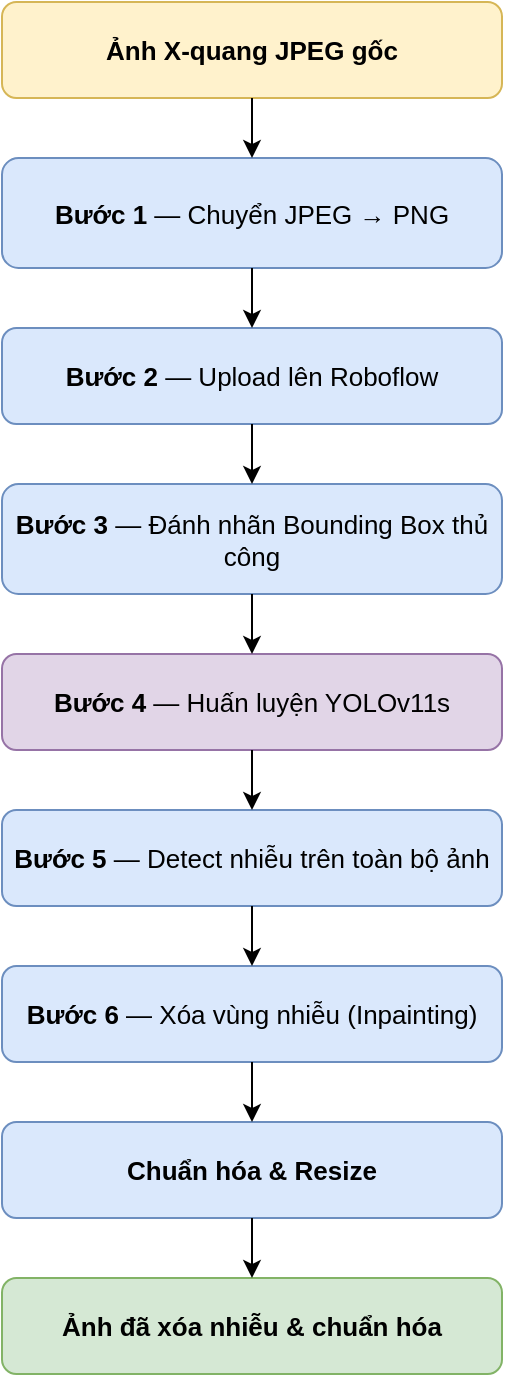
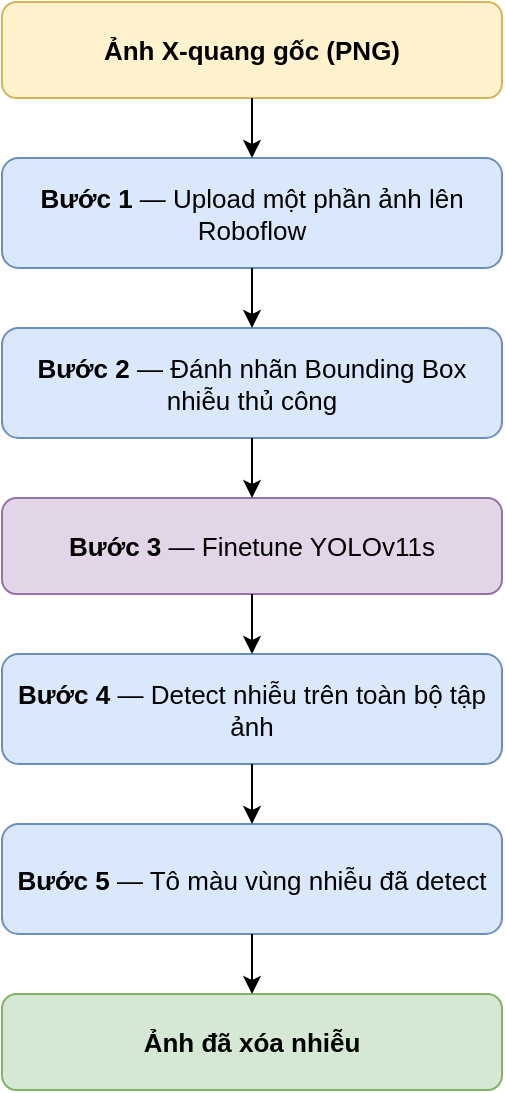
<mxfile host="65bd71144e">
    <diagram name="Preprocessing Pipeline" id="preprocessing_pipeline">
-         <mxGraphModel dx="1042" dy="124" grid="1" gridSize="10" guides="1" tooltips="1" connect="1" arrows="1" fold="1" page="1" pageScale="1" pageWidth="700" pageHeight="820" math="0" shadow="0">
+         <mxGraphModel dx="1042" dy="124" grid="1" gridSize="10" guides="1" tooltips="1" connect="1" arrows="1" fold="1" page="1" pageScale="1" pageWidth="700" pageHeight="720" math="0" shadow="0">
            <root>
                <mxCell id="0"/>
                <mxCell id="1" parent="0"/>

-                 <mxCell id="in" value="&lt;b&gt;Ảnh X-quang JPEG gốc&lt;/b&gt;" style="rounded=1;whiteSpace=wrap;html=1;fillColor=#fff2cc;strokeColor=#d6b656;fontSize=13;" parent="1" vertex="1">
+                 <mxCell id="in" value="&lt;b&gt;Ảnh X-quang gốc (PNG)&lt;/b&gt;" style="rounded=1;whiteSpace=wrap;html=1;fillColor=#fff2cc;strokeColor=#d6b656;fontSize=13;" parent="1" vertex="1">
                    <mxGeometry x="225" y="20" width="250" height="48" as="geometry"/>
                </mxCell>

-                 <mxCell id="s1" value="&lt;b&gt;Bước 1&lt;/b&gt; — Chuyển JPEG → PNG" style="rounded=1;whiteSpace=wrap;html=1;fillColor=#dae8fc;strokeColor=#6c8ebf;fontSize=13;" parent="1" vertex="1">
+                 <mxCell id="s1" value="&lt;b&gt;Bước 1&lt;/b&gt; — Upload một phần ảnh lên Roboflow" style="rounded=1;whiteSpace=wrap;html=1;fillColor=#dae8fc;strokeColor=#6c8ebf;fontSize=13;" parent="1" vertex="1">
                    <mxGeometry x="225" y="98" width="250" height="55" as="geometry"/>
                </mxCell>

-                 <mxCell id="s2" value="&lt;b&gt;Bước 2&lt;/b&gt; — Upload lên Roboflow" style="rounded=1;whiteSpace=wrap;html=1;fillColor=#dae8fc;strokeColor=#6c8ebf;fontSize=13;" parent="1" vertex="1">
-                     <mxGeometry x="225" y="183" width="250" height="48" as="geometry"/>
+                 <mxCell id="s2" value="&lt;b&gt;Bước 2&lt;/b&gt; — Đánh nhãn Bounding Box nhiễu thủ công" style="rounded=1;whiteSpace=wrap;html=1;fillColor=#dae8fc;strokeColor=#6c8ebf;fontSize=13;" parent="1" vertex="1">
+                     <mxGeometry x="225" y="183" width="250" height="55" as="geometry"/>
                </mxCell>

-                 <mxCell id="s3" value="&lt;b&gt;Bước 3&lt;/b&gt; — Đánh nhãn Bounding Box thủ công" style="rounded=1;whiteSpace=wrap;html=1;fillColor=#dae8fc;strokeColor=#6c8ebf;fontSize=13;" parent="1" vertex="1">
-                     <mxGeometry x="225" y="261" width="250" height="55" as="geometry"/>
+                 <mxCell id="s3" value="&lt;b&gt;Bước 3&lt;/b&gt; — Finetune YOLOv11s" style="rounded=1;whiteSpace=wrap;html=1;fillColor=#e1d5e7;strokeColor=#9673a6;fontSize=13;" parent="1" vertex="1">
+                     <mxGeometry x="225" y="268" width="250" height="48" as="geometry"/>
                </mxCell>

-                 <mxCell id="s4" value="&lt;b&gt;Bước 4&lt;/b&gt; — Huấn luyện YOLOv11s" style="rounded=1;whiteSpace=wrap;html=1;fillColor=#e1d5e7;strokeColor=#9673a6;fontSize=13;" parent="1" vertex="1">
-                     <mxGeometry x="225" y="346" width="250" height="48" as="geometry"/>
+                 <mxCell id="s4" value="&lt;b&gt;Bước 4&lt;/b&gt; — Detect nhiễu trên toàn bộ tập ảnh" style="rounded=1;whiteSpace=wrap;html=1;fillColor=#dae8fc;strokeColor=#6c8ebf;fontSize=13;" parent="1" vertex="1">
+                     <mxGeometry x="225" y="346" width="250" height="55" as="geometry"/>
                </mxCell>

-                 <mxCell id="s5" value="&lt;b&gt;Bước 5&lt;/b&gt; — Detect nhiễu trên toàn bộ ảnh" style="rounded=1;whiteSpace=wrap;html=1;fillColor=#dae8fc;strokeColor=#6c8ebf;fontSize=13;" parent="1" vertex="1">
-                     <mxGeometry x="225" y="424" width="250" height="48" as="geometry"/>
+                 <mxCell id="s5" value="&lt;b&gt;Bước 5&lt;/b&gt; — Tô màu vùng nhiễu đã detect" style="rounded=1;whiteSpace=wrap;html=1;fillColor=#dae8fc;strokeColor=#6c8ebf;fontSize=13;" parent="1" vertex="1">
+                     <mxGeometry x="225" y="431" width="250" height="55" as="geometry"/>
                </mxCell>

-                 <mxCell id="s6" value="&lt;b&gt;Bước 6&lt;/b&gt; — Xóa vùng nhiễu (Inpainting)" style="rounded=1;whiteSpace=wrap;html=1;fillColor=#dae8fc;strokeColor=#6c8ebf;fontSize=13;" parent="1" vertex="1">
-                     <mxGeometry x="225" y="502" width="250" height="48" as="geometry"/>
-                 </mxCell>
- 
-                 <mxCell id="s7" value="&lt;b&gt;Chuẩn hóa &amp; Resize&lt;/b&gt;" style="rounded=1;whiteSpace=wrap;html=1;fillColor=#dae8fc;strokeColor=#6c8ebf;fontSize=13;" parent="1" vertex="1">
-                     <mxGeometry x="225" y="580" width="250" height="48" as="geometry"/>
-                 </mxCell>
- 
-                 <mxCell id="out" value="&lt;b&gt;Ảnh đã xóa nhiễu &amp; chuẩn hóa&lt;/b&gt;" style="rounded=1;whiteSpace=wrap;html=1;fillColor=#d5e8d4;strokeColor=#82b366;fontSize=13;" parent="1" vertex="1">
-                     <mxGeometry x="225" y="658" width="250" height="48" as="geometry"/>
+                 <mxCell id="out" value="&lt;b&gt;Ảnh đã xóa nhiễu&lt;/b&gt;" style="rounded=1;whiteSpace=wrap;html=1;fillColor=#d5e8d4;strokeColor=#82b366;fontSize=13;" parent="1" vertex="1">
+                     <mxGeometry x="225" y="516" width="250" height="48" as="geometry"/>
                </mxCell>

                <mxCell id="e1" value="" style="edgeStyle=orthogonalEdgeStyle;" parent="1" source="in" target="s1" edge="1"><mxGeometry relative="1" as="geometry"/></mxCell>
                <mxCell id="e2" value="" style="edgeStyle=orthogonalEdgeStyle;" parent="1" source="s1" target="s2" edge="1"><mxGeometry relative="1" as="geometry"/></mxCell>
                <mxCell id="e3" value="" style="edgeStyle=orthogonalEdgeStyle;" parent="1" source="s2" target="s3" edge="1"><mxGeometry relative="1" as="geometry"/></mxCell>
                <mxCell id="e4" value="" style="edgeStyle=orthogonalEdgeStyle;" parent="1" source="s3" target="s4" edge="1"><mxGeometry relative="1" as="geometry"/></mxCell>
                <mxCell id="e5" value="" style="edgeStyle=orthogonalEdgeStyle;" parent="1" source="s4" target="s5" edge="1"><mxGeometry relative="1" as="geometry"/></mxCell>
-                 <mxCell id="e6" value="" style="edgeStyle=orthogonalEdgeStyle;" parent="1" source="s5" target="s6" edge="1"><mxGeometry relative="1" as="geometry"/></mxCell>
-                 <mxCell id="e7" value="" style="edgeStyle=orthogonalEdgeStyle;" parent="1" source="s6" target="s7" edge="1"><mxGeometry relative="1" as="geometry"/></mxCell>
-                 <mxCell id="e8" value="" style="edgeStyle=orthogonalEdgeStyle;" parent="1" source="s7" target="out" edge="1"><mxGeometry relative="1" as="geometry"/></mxCell>
+                 <mxCell id="e6" value="" style="edgeStyle=orthogonalEdgeStyle;" parent="1" source="s5" target="out" edge="1"><mxGeometry relative="1" as="geometry"/></mxCell>

            </root>
        </mxGraphModel>
    </diagram>
</mxfile>
